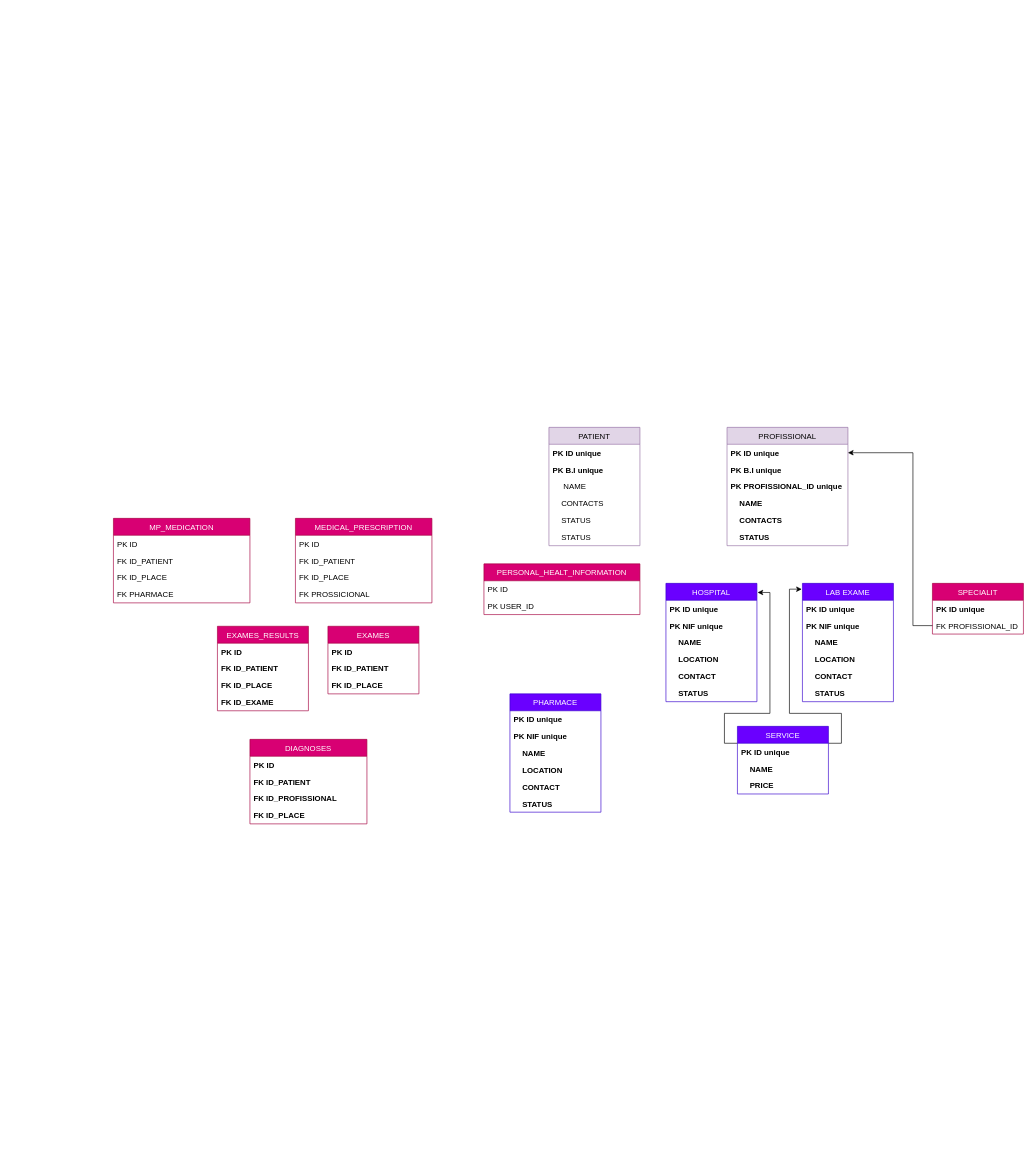
Edgar3g/healthDataSave keeps this draw.io diagram as healthDataSave.drawio. Above is the earlier version. Source tidied: cells renumbered, new cells numbered last; positions are measured from the earlier drawing's top-left corner, leaving out a move shared by most shapes. Both pictures are drawn from the tidied source at 65%, with x=0, y=0 at pixel (113, 427).
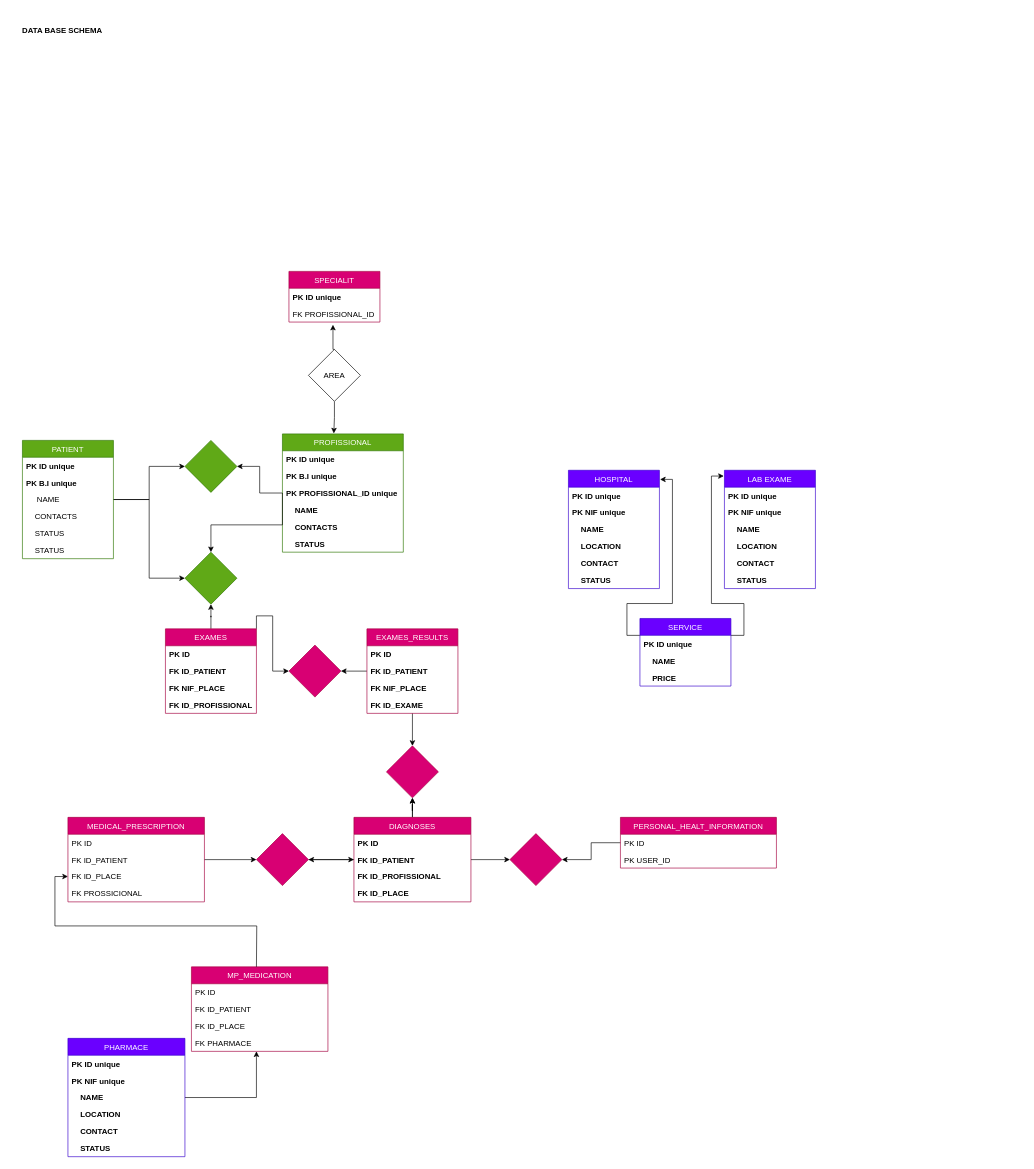
After the change.

Commit message:
feat: create some relationship between entites etc

Unchanged cells that the change refers to:
```xml
<mxCell id="10" value="PK ID unique" style="text;strokeColor=none;fillColor=none;align=left;verticalAlign=top;spacingLeft=4;spacingRight=4;overflow=hidden;points=[[0,0.5],[1,0.5]];portConstraint=eastwest;fontStyle=1;" parent="9" vertex="1">
  <mxGeometry y="26" width="186" height="26" as="geometry" />
</mxCell>
<mxCell id="12" value="PK PROFISSIONAL_ID unique" style="text;strokeColor=none;fillColor=none;align=left;verticalAlign=top;spacingLeft=4;spacingRight=4;overflow=hidden;points=[[0,0.5],[1,0.5]];portConstraint=eastwest;fontStyle=1;" parent="9" vertex="1">
  <mxGeometry y="78" width="186" height="26" as="geometry" />
</mxCell>
<mxCell id="45" value="FK PROFISSIONAL_ID" style="text;strokeColor=none;fillColor=none;align=left;verticalAlign=top;spacingLeft=4;spacingRight=4;overflow=hidden;points=[[0,0.5],[1,0.5]];portConstraint=eastwest;" parent="43" vertex="1">
  <mxGeometry y="52" width="140" height="26" as="geometry" />
</mxCell>
<mxCell id="57" value="FK ID_PLACE" style="text;strokeColor=none;fillColor=none;align=left;verticalAlign=top;spacingLeft=4;spacingRight=4;overflow=hidden;points=[[0,0.5],[1,0.5]];portConstraint=eastwest;fontStyle=0;" parent="54" vertex="1">
  <mxGeometry y="78" width="210" height="26" as="geometry" />
</mxCell>
<mxCell id="71" value="FK ID_PATIENT" style="text;strokeColor=none;fillColor=none;align=left;verticalAlign=top;spacingLeft=4;spacingRight=4;overflow=hidden;points=[[0,0.5],[1,0.5]];portConstraint=eastwest;fontStyle=1;" parent="69" vertex="1">
  <mxGeometry y="52" width="180" height="26" as="geometry" />
</mxCell>
```

Change to the diagram source:
```diff
@@
+    <mxCell id="74" style="edgeStyle=orthogonalEdgeStyle;rounded=0;jettySize=auto;html=1;" parent="1" edge="1" source="2" target="92">
+      <mxGeometry relative="1" as="geometry" />
+    </mxCell>
+    <mxCell id="75" style="edgeStyle=orthogonalEdgeStyle;rounded=0;jettySize=auto;html=1;" parent="1" edge="1" source="2" target="100">
+      <mxGeometry relative="1" as="geometry" />
+    </mxCell>
-    <mxCell id="2" value="PATIENT" style="swimlane;fontStyle=0;horizontal=1;startSize=26;fillColor=#e1d5e7;strokeColor=#9673a6;" parent="1" vertex="1">
-      <mxGeometry x="670" width="140" height="182" as="geometry" />
+    <mxCell id="2" value="PATIENT" style="swimlane;fontStyle=0;horizontal=1;startSize=26;fillColor=#60a917;strokeColor=#2D7600;fontColor=#ffffff;" parent="1" vertex="1">
+      <mxGeometry x="-140" y="20" width="140" height="182" as="geometry" />
     </mxCell>
@@
+    <mxCell id="76" style="edgeStyle=orthogonalEdgeStyle;rounded=0;jettySize=auto;html=1;" parent="1" edge="1" source="9" target="100">
+      <mxGeometry relative="1" as="geometry" />
+    </mxCell>
-    <mxCell id="9" value="PROFISSIONAL" style="swimlane;fontStyle=0;horizontal=1;startSize=26;fillColor=#e1d5e7;strokeColor=#9673a6;" parent="1" vertex="1">
-      <mxGeometry x="944" width="186" height="182" as="geometry" />
+    <mxCell id="9" value="PROFISSIONAL" style="swimlane;fontStyle=0;horizontal=1;startSize=26;fillColor=#60a917;strokeColor=#2D7600;fontColor=#ffffff;" parent="1" vertex="1">
+      <mxGeometry x="260" y="10" width="186" height="182" as="geometry" />
     </mxCell>
@@
+    <mxCell id="77" style="edgeStyle=orthogonalEdgeStyle;rounded=0;jettySize=auto;html=1;" parent="1" edge="1" source="16">
+      <mxGeometry relative="1" as="geometry">
+        <mxPoint x="220" y="960" as="targetPoint" />
+        <Array as="points">
+          <mxPoint x="220" y="1031" />
+          <mxPoint x="220" y="970" />
+        </Array>
+      </mxGeometry>
+    </mxCell>
     <mxCell id="16" value="PHARMACE" style="swimlane;fontStyle=0;horizontal=1;startSize=26;fillColor=#6a00ff;strokeColor=#3700CC;fontColor=#ffffff;" parent="1" vertex="1">
-      <mxGeometry x="610" y="410" width="140" height="182" as="geometry" />
+      <mxGeometry x="-70" y="940" width="180" height="182" as="geometry" />
     </mxCell>
     <mxCell id="17" value="PK ID unique" style="text;strokeColor=none;fillColor=none;align=left;verticalAlign=top;spacingLeft=4;spacingRight=4;overflow=hidden;fontStyle=1;" parent="16" vertex="1">
-      <mxGeometry y="26" width="140" height="26" as="geometry" />
+      <mxGeometry y="26" width="180" height="26" as="geometry" />
     </mxCell>
     <mxCell id="18" value="PK NIF unique" style="text;strokeColor=none;fillColor=none;align=left;verticalAlign=top;spacingLeft=4;spacingRight=4;overflow=hidden;fontStyle=1;" parent="16" vertex="1">
-      <mxGeometry y="52" width="140" height="26" as="geometry" />
+      <mxGeometry y="52" width="180" height="26" as="geometry" />
     </mxCell>
     <mxCell id="19" value="    NAME" style="text;strokeColor=none;fillColor=none;align=left;verticalAlign=top;spacingLeft=4;spacingRight=4;overflow=hidden;fontStyle=1;" parent="16" vertex="1">
-      <mxGeometry y="78" width="140" height="26" as="geometry" />
+      <mxGeometry y="78" width="180" height="26" as="geometry" />
     </mxCell>
     <mxCell id="20" value="    LOCATION" style="text;strokeColor=none;fillColor=none;align=left;verticalAlign=top;spacingLeft=4;spacingRight=4;overflow=hidden;fontStyle=1;" parent="16" vertex="1">
-      <mxGeometry y="104" width="140" height="26" as="geometry" />
+      <mxGeometry y="104" width="180" height="26" as="geometry" />
     </mxCell>
     <mxCell id="21" value="    CONTACT" style="text;strokeColor=none;fillColor=none;align=left;verticalAlign=top;spacingLeft=4;spacingRight=4;overflow=hidden;fontStyle=1;" parent="16" vertex="1">
-      <mxGeometry y="130" width="140" height="26" as="geometry" />
+      <mxGeometry y="130" width="180" height="26" as="geometry" />
     </mxCell>
     <mxCell id="22" value="    STATUS" style="text;strokeColor=none;fillColor=none;align=left;verticalAlign=top;spacingLeft=4;spacingRight=4;overflow=hidden;fontStyle=1;" parent="16" vertex="1">
-      <mxGeometry y="156" width="140" height="26" as="geometry" />
+      <mxGeometry y="156" width="180" height="26" as="geometry" />
     </mxCell>
     <mxCell id="23" value="HOSPITAL" style="swimlane;fontStyle=0;horizontal=1;startSize=26;fillColor=#6a00ff;fontColor=#ffffff;strokeColor=#3700CC;" parent="1" vertex="1">
-      <mxGeometry x="850" y="240" width="140" height="182" as="geometry" />
+      <mxGeometry x="700" y="66" width="140" height="182" as="geometry" />
     </mxCell>
@@
     <mxCell id="30" value="LAB EXAME" style="swimlane;fontStyle=0;horizontal=1;startSize=26;fillColor=#6a00ff;fontColor=#ffffff;strokeColor=#3700CC;" parent="1" vertex="1">
-      <mxGeometry x="1060" y="240" width="140" height="182" as="geometry" />
+      <mxGeometry x="940" y="66" width="140" height="182" as="geometry" />
     </mxCell>
@@
     <mxCell id="39" value="SERVICE" style="swimlane;fontStyle=0;horizontal=1;startSize=26;fillColor=#6a00ff;fontColor=#ffffff;strokeColor=#3700CC;" parent="1" vertex="1">
-      <mxGeometry x="960" y="460" width="140" height="104" as="geometry" />
+      <mxGeometry x="810" y="294" width="140" height="104" as="geometry" />
     </mxCell>
@@
     <mxCell id="43" value="SPECIALIT" style="swimlane;fontStyle=0;horizontal=1;startSize=26;fillColor=#d80073;fontColor=#ffffff;strokeColor=#A50040;" parent="1" vertex="1">
-      <mxGeometry x="1260" y="240" width="140" height="78" as="geometry" />
+      <mxGeometry x="270" y="-240" width="140" height="78" as="geometry" />
     </mxCell>
@@
-    <mxCell id="46" style="edgeStyle=orthogonalEdgeStyle;rounded=0;jettySize=auto;html=1;exitX=0;exitY=0.5;exitDx=0;exitDy=0;entryX=1;entryY=0.5;entryDx=0;entryDy=0;" parent="1" edge="1" source="45" target="10">
-      <mxGeometry relative="1" as="geometry">
-        <Array as="points">
-          <mxPoint x="1230" y="305" />
-          <mxPoint x="1230" y="39" />
-        </Array>
-      </mxGeometry>
-    </mxCell>
+    <mxCell id="78" style="edgeStyle=orthogonalEdgeStyle;rounded=0;jettySize=auto;html=1;" parent="1" edge="1" source="47" target="98">
+      <mxGeometry relative="1" as="geometry" />
+    </mxCell>
     <mxCell id="47" value="PERSONAL_HEALT_INFORMATION" style="swimlane;fontStyle=0;horizontal=1;startSize=26;fillColor=#d80073;fontColor=#ffffff;strokeColor=#A50040;" parent="1" vertex="1">
-      <mxGeometry x="570" y="210" width="240" height="78" as="geometry" />
+      <mxGeometry x="780" y="600" width="240" height="78" as="geometry" />
     </mxCell>
@@
+    <mxCell id="79" style="edgeStyle=orthogonalEdgeStyle;rounded=0;jettySize=auto;html=1;exitX=1;exitY=0;exitDx=0;exitDy=0;entryX=0;entryY=0.5;entryDx=0;entryDy=0;" parent="1" edge="1" source="50" target="93">
+      <mxGeometry relative="1" as="geometry" />
+    </mxCell>
+    <mxCell id="80" style="edgeStyle=orthogonalEdgeStyle;rounded=0;jettySize=auto;html=1;" parent="1" edge="1" source="50" target="92">
+      <mxGeometry relative="1" as="geometry" />
+    </mxCell>
     <mxCell id="50" value="EXAMES" style="swimlane;fontStyle=0;horizontal=1;startSize=26;fillColor=#d80073;fontColor=#ffffff;strokeColor=#A50040;" parent="1" vertex="1">
-      <mxGeometry x="330" y="306" width="140" height="104" as="geometry" />
+      <mxGeometry x="80" y="310" width="140" height="130" as="geometry" />
     </mxCell>
@@
-    <mxCell id="53" value="FK ID_PLACE" style="text;strokeColor=none;fillColor=none;align=left;verticalAlign=top;spacingLeft=4;spacingRight=4;overflow=hidden;fontStyle=1;" parent="50" vertex="1">
+    <mxCell id="53" value="FK NIF_PLACE" style="text;strokeColor=none;fillColor=none;align=left;verticalAlign=top;spacingLeft=4;spacingRight=4;overflow=hidden;fontStyle=1;" parent="50" vertex="1">
       <mxGeometry y="78" width="140" height="26" as="geometry" />
     </mxCell>
+    <mxCell id="81" value="FK ID_PROFISSIONAL" style="text;strokeColor=none;fillColor=none;align=left;verticalAlign=top;spacingLeft=4;spacingRight=4;overflow=hidden;fontStyle=1;" parent="50" vertex="1">
+      <mxGeometry y="104" width="140" height="26" as="geometry" />
+    </mxCell>
+    <mxCell id="82" style="edgeStyle=orthogonalEdgeStyle;rounded=0;jettySize=auto;html=1;" parent="1" edge="1" source="54" target="96">
+      <mxGeometry relative="1" as="geometry" />
+    </mxCell>
     <mxCell id="54" value="MEDICAL_PRESCRIPTION" style="swimlane;fontStyle=0;horizontal=1;startSize=26;fillColor=#d80073;fontColor=#ffffff;strokeColor=#A50040;" parent="1" vertex="1">
-      <mxGeometry x="280" y="140" width="210" height="130" as="geometry" />
+      <mxGeometry x="-70" y="600" width="210" height="130" as="geometry" />
     </mxCell>
@@
+    <mxCell id="83" style="edgeStyle=orthogonalEdgeStyle;rounded=0;jettySize=auto;html=1;" parent="1" edge="1" source="59" target="93">
+      <mxGeometry relative="1" as="geometry" />
+    </mxCell>
+    <mxCell id="84" style="edgeStyle=orthogonalEdgeStyle;rounded=0;jettySize=auto;html=1;" parent="1" edge="1" source="59" target="94">
+      <mxGeometry relative="1" as="geometry" />
+    </mxCell>
     <mxCell id="59" value="EXAMES_RESULTS" style="swimlane;fontStyle=0;horizontal=1;startSize=26;fillColor=#d80073;fontColor=#ffffff;strokeColor=#A50040;" parent="1" vertex="1">
-      <mxGeometry x="160" y="306" width="140" height="130" as="geometry" />
+      <mxGeometry x="390" y="310" width="140" height="130" as="geometry" />
     </mxCell>
@@
-    <mxCell id="62" value="FK ID_PLACE" style="text;strokeColor=none;fillColor=none;align=left;verticalAlign=top;spacingLeft=4;spacingRight=4;overflow=hidden;fontStyle=1;" parent="59" vertex="1">
+    <mxCell id="62" value="FK NIF_PLACE" style="text;strokeColor=none;fillColor=none;align=left;verticalAlign=top;spacingLeft=4;spacingRight=4;overflow=hidden;fontStyle=1;" parent="59" vertex="1">
       <mxGeometry y="78" width="140" height="26" as="geometry" />
     </mxCell>
@@
     <mxCell id="64" value="MP_MEDICATION" style="swimlane;fontStyle=0;horizontal=1;startSize=26;fillColor=#d80073;fontColor=#ffffff;strokeColor=#A50040;" parent="1" vertex="1">
-      <mxGeometry y="140" width="210" height="130" as="geometry" />
+      <mxGeometry x="120" y="830" width="210" height="130" as="geometry" />
     </mxCell>
@@
+    <mxCell id="85" style="edgeStyle=orthogonalEdgeStyle;rounded=0;jettySize=auto;html=1;" parent="1" edge="1" source="69" target="94">
+      <mxGeometry relative="1" as="geometry" />
+    </mxCell>
+    <mxCell id="86" style="edgeStyle=orthogonalEdgeStyle;rounded=0;jettySize=auto;html=1;" parent="1" edge="1" source="69" target="98">
+      <mxGeometry relative="1" as="geometry" />
+    </mxCell>
+    <mxCell id="87" style="edgeStyle=orthogonalEdgeStyle;rounded=0;jettySize=auto;html=1;" parent="1" edge="1" source="69" target="96">
+      <mxGeometry relative="1" as="geometry" />
+    </mxCell>
+    <mxCell id="88" style="edgeStyle=orthogonalEdgeStyle;rounded=0;jettySize=auto;html=1;" parent="1" edge="1" source="69" target="94">
+      <mxGeometry relative="1" as="geometry" />
+    </mxCell>
     <mxCell id="69" value="DIAGNOSES" style="swimlane;fontStyle=0;horizontal=1;startSize=26;fillColor=#d80073;fontColor=#ffffff;strokeColor=#A50040;" parent="1" vertex="1">
-      <mxGeometry x="210" y="480" width="180" height="130" as="geometry" />
+      <mxGeometry x="370" y="600" width="180" height="130" as="geometry" />
     </mxCell>
@@
+    <mxCell id="89" style="edgeStyle=orthogonalEdgeStyle;rounded=0;jettySize=auto;html=1;exitX=0.5;exitY=1;exitDx=0;exitDy=0;entryX=0.425;entryY=-0.004;entryDx=0;entryDy=0;entryPerimeter=0;" parent="1" edge="1" source="91" target="9">
+      <mxGeometry relative="1" as="geometry" />
+    </mxCell>
+    <mxCell id="90" style="edgeStyle=orthogonalEdgeStyle;rounded=0;jettySize=auto;html=1;exitX=0.5;exitY=0;exitDx=0;exitDy=0;entryX=0.484;entryY=1.159;entryDx=0;entryDy=0;entryPerimeter=0;" parent="1" edge="1" source="91" target="45">
+      <mxGeometry relative="1" as="geometry" />
+    </mxCell>
+    <mxCell id="91" value="AREA" style="rhombus;whiteSpace=wrap;html=1;" parent="1" vertex="1">
+      <mxGeometry x="300" y="-120" width="80" height="80" as="geometry" />
+    </mxCell>
+    <mxCell id="92" style="rhombus;whiteSpace=wrap;html=1;fillColor=#60a917;strokeColor=#2D7600;fontColor=#ffffff;fontStyle=0;startSize=26;" parent="1" vertex="1">
+      <mxGeometry x="110" y="192" width="80" height="80" as="geometry" />
+    </mxCell>
+    <mxCell id="93" style="rhombus;whiteSpace=wrap;html=1;fillColor=#d80073;strokeColor=#A50040;fontColor=#ffffff;fontStyle=0;startSize=26;" parent="1" vertex="1">
+      <mxGeometry x="270" y="335" width="80" height="80" as="geometry" />
+    </mxCell>
+    <mxCell id="94" style="rhombus;whiteSpace=wrap;html=1;fillColor=#d80073;strokeColor=#A50040;fontColor=#ffffff;fontStyle=0;startSize=26;" parent="1" vertex="1">
+      <mxGeometry x="420" y="490" width="80" height="80" as="geometry" />
+    </mxCell>
+    <mxCell id="95" style="edgeStyle=orthogonalEdgeStyle;rounded=0;jettySize=auto;html=1;exitX=1;exitY=0.5;exitDx=0;exitDy=0;entryX=0;entryY=0.5;entryDx=0;entryDy=0;" parent="1" edge="1" source="96" target="71">
+      <mxGeometry relative="1" as="geometry" />
+    </mxCell>
+    <mxCell id="96" style="rhombus;whiteSpace=wrap;html=1;fillColor=#d80073;strokeColor=#A50040;fontColor=#ffffff;fontStyle=0;startSize=26;" parent="1" vertex="1">
+      <mxGeometry x="220" y="625" width="80" height="80" as="geometry" />
+    </mxCell>
+    <mxCell id="97" style="edgeStyle=orthogonalEdgeStyle;rounded=0;jettySize=auto;html=1;exitX=0.5;exitY=0;exitDx=0;exitDy=0;entryX=0;entryY=0.5;entryDx=0;entryDy=0;" parent="1" edge="1" target="57">
+      <mxGeometry relative="1" as="geometry">
+        <mxPoint x="220" y="830" as="sourcePoint" />
+      </mxGeometry>
+    </mxCell>
+    <mxCell id="98" style="rhombus;whiteSpace=wrap;html=1;fillColor=#d80073;strokeColor=#A50040;fontColor=#ffffff;fontStyle=0;startSize=26;" parent="1" vertex="1">
+      <mxGeometry x="610" y="625" width="80" height="80" as="geometry" />
+    </mxCell>
+    <mxCell id="99" style="edgeStyle=orthogonalEdgeStyle;rounded=0;jettySize=auto;html=1;exitX=0;exitY=0.5;exitDx=0;exitDy=0;" parent="1" edge="1" source="12" target="92">
+      <mxGeometry relative="1" as="geometry">
+        <Array as="points">
+          <mxPoint x="260" y="150" />
+          <mxPoint x="150" y="150" />
+        </Array>
+      </mxGeometry>
+    </mxCell>
+    <mxCell id="100" style="rhombus;whiteSpace=wrap;html=1;fillColor=#60a917;strokeColor=#2D7600;fontColor=#ffffff;fontStyle=0;startSize=26;" parent="1" vertex="1">
+      <mxGeometry x="110" y="20" width="80" height="80" as="geometry" />
+    </mxCell>
+    <mxCell id="101" value="&lt;b&gt;DATA BASE SCHEMA&lt;/b&gt;" style="text;html=1;strokeColor=none;fillColor=none;align=center;verticalAlign=middle;whiteSpace=wrap;rounded=0;" parent="1" vertex="1">
+      <mxGeometry x="-157" y="-640" width="157" height="60" as="geometry" />
+    </mxCell>
```
